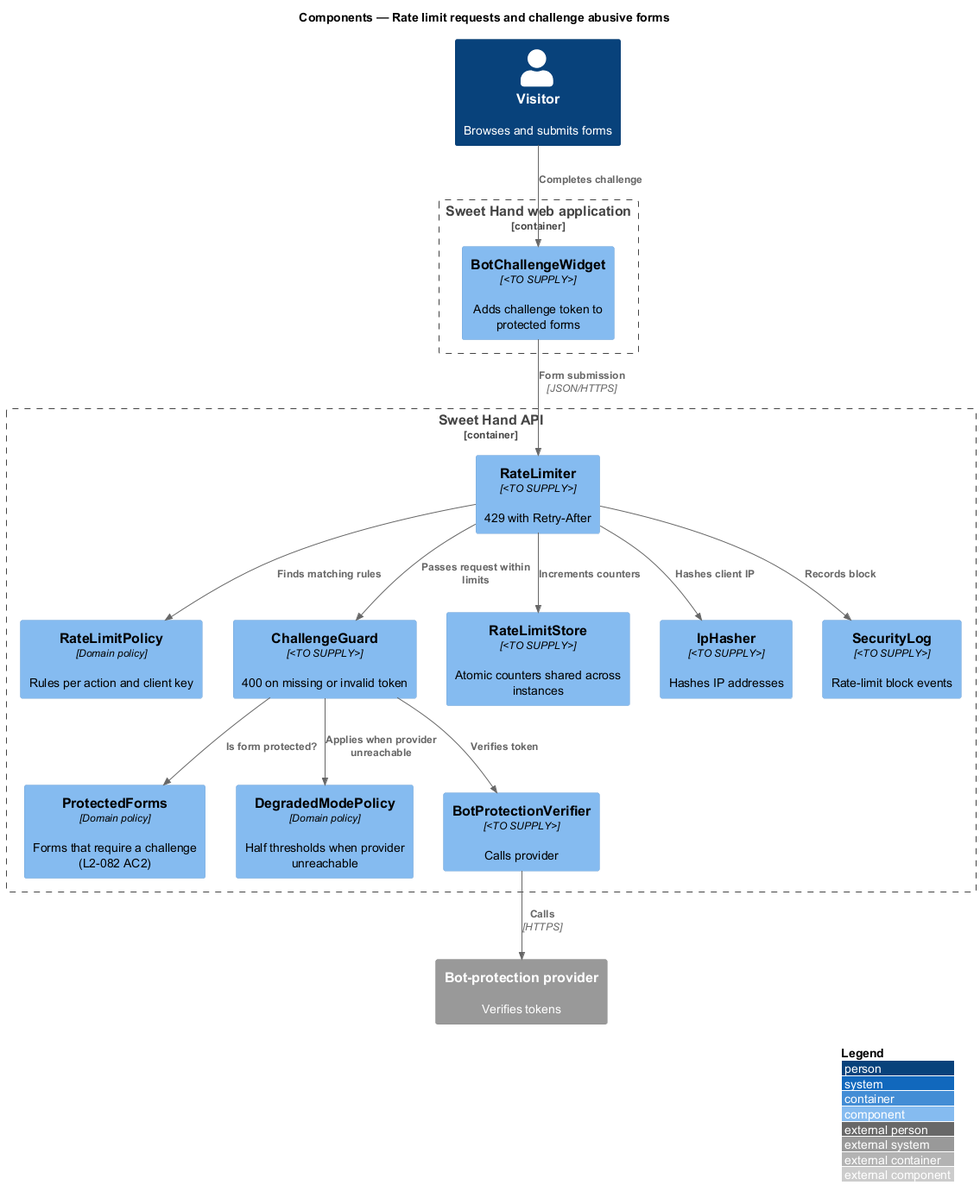
The PlantUML diagram docs/detailed-designs/identity-and-security/rate-limit-and-challenge/diagrams/c4-component.png in QuinntyneBrown/sweet-hand, before a commit. The source it was exported from:
```plantuml
@startuml
!include <C4/C4_Component>
LAYOUT_WITH_LEGEND()
title Components — Rate limit requests and challenge abusive forms

Person(visitor, "Visitor", "Browses and submits forms")
Container_Boundary(web, "Sweet Hand web application") {
  Component(widget, "BotChallengeWidget", "<TO SUPPLY>", "Adds challenge token to protected forms")
}
Container_Boundary(api, "Sweet Hand API") {
  Component(limiter, "RateLimiter", "<TO SUPPLY>", "429 with Retry-After")
  Component(policy, "RateLimitPolicy", "Domain policy", "Rules per action and client key")
  Component(guard, "ChallengeGuard", "<TO SUPPLY>", "400 on missing or invalid token")
  Component(forms, "ProtectedForms", "Domain policy", "Forms that require a challenge (L2-082 AC2)")
  Component(degraded, "DegradedModePolicy", "Domain policy", "Half thresholds when provider unreachable")
  Component(store, "RateLimitStore", "<TO SUPPLY>", "Atomic counters shared across instances")
  Component(iphash, "IpHasher", "<TO SUPPLY>", "Hashes IP addresses")
  Component(verifier, "BotProtectionVerifier", "<TO SUPPLY>", "Calls provider")
  Component(seclog, "SecurityLog", "<TO SUPPLY>", "Rate-limit block events")
}
System_Ext(bot, "Bot-protection provider", "Verifies tokens")

Rel(visitor, widget, "Completes challenge")
Rel(widget, limiter, "Form submission", "JSON/HTTPS")
Rel(limiter, policy, "Finds matching rules")
Rel(limiter, iphash, "Hashes client IP")
Rel(limiter, store, "Increments counters")
Rel(limiter, seclog, "Records block")
Rel(limiter, guard, "Passes request within limits")
Rel(guard, forms, "Is form protected?")
Rel(guard, verifier, "Verifies token")
Rel(guard, degraded, "Applies when provider unreachable")
Rel(verifier, bot, "Calls", "HTTPS")
@enduml
```
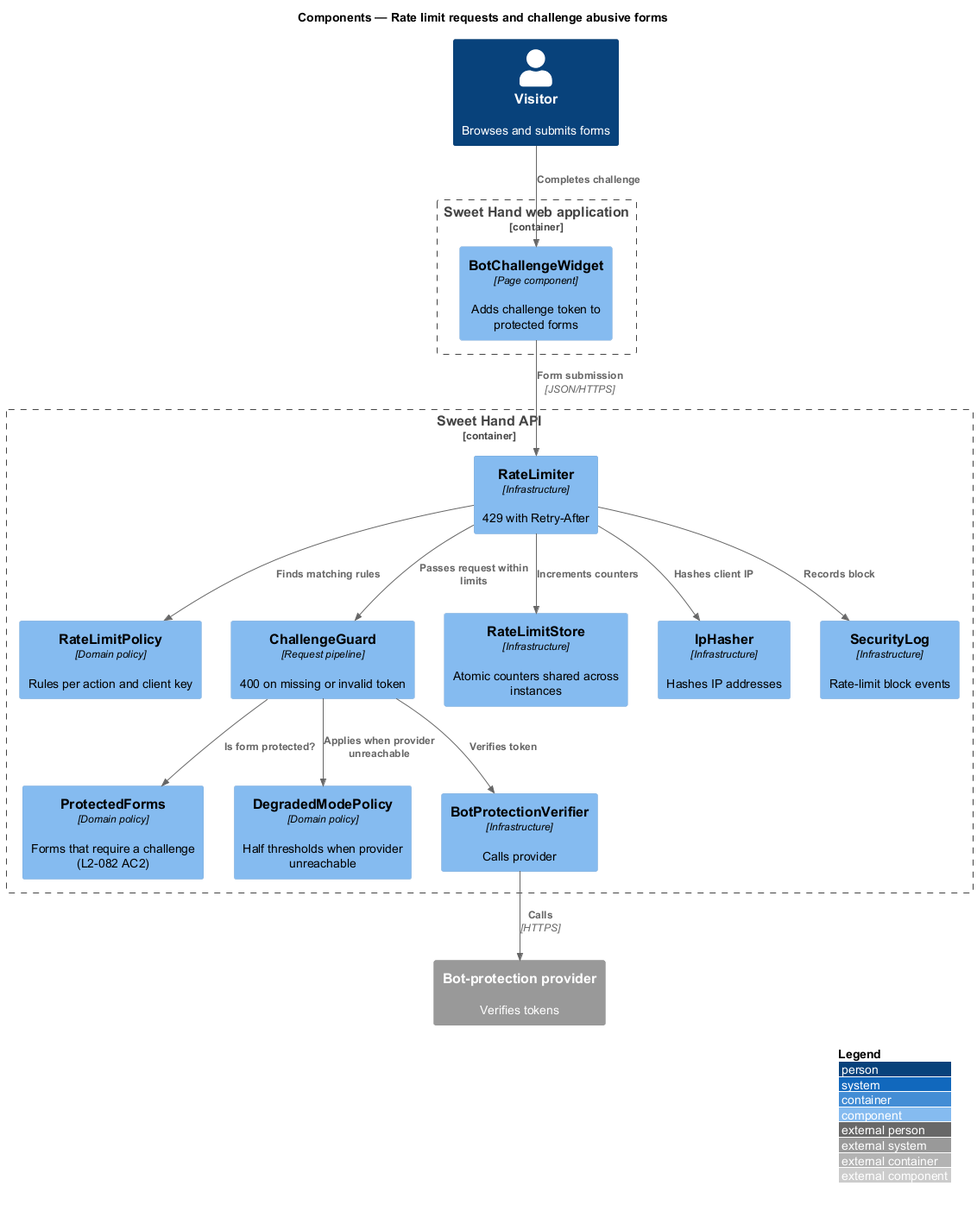
Later version of the same file.

The edit, as a diff of the source:
```diff
@@ -5,18 +5,18 @@
 
 Person(visitor, "Visitor", "Browses and submits forms")
 Container_Boundary(web, "Sweet Hand web application") {
-  Component(widget, "BotChallengeWidget", "<TO SUPPLY>", "Adds challenge token to protected forms")
+  Component(widget, "BotChallengeWidget", "Page component", "Adds challenge token to protected forms")
 }
 Container_Boundary(api, "Sweet Hand API") {
-  Component(limiter, "RateLimiter", "<TO SUPPLY>", "429 with Retry-After")
+  Component(limiter, "RateLimiter", "Infrastructure", "429 with Retry-After")
   Component(policy, "RateLimitPolicy", "Domain policy", "Rules per action and client key")
-  Component(guard, "ChallengeGuard", "<TO SUPPLY>", "400 on missing or invalid token")
+  Component(guard, "ChallengeGuard", "Request pipeline", "400 on missing or invalid token")
   Component(forms, "ProtectedForms", "Domain policy", "Forms that require a challenge (L2-082 AC2)")
   Component(degraded, "DegradedModePolicy", "Domain policy", "Half thresholds when provider unreachable")
-  Component(store, "RateLimitStore", "<TO SUPPLY>", "Atomic counters shared across instances")
-  Component(iphash, "IpHasher", "<TO SUPPLY>", "Hashes IP addresses")
-  Component(verifier, "BotProtectionVerifier", "<TO SUPPLY>", "Calls provider")
-  Component(seclog, "SecurityLog", "<TO SUPPLY>", "Rate-limit block events")
+  Component(store, "RateLimitStore", "Infrastructure", "Atomic counters shared across instances")
+  Component(iphash, "IpHasher", "Infrastructure", "Hashes IP addresses")
+  Component(verifier, "BotProtectionVerifier", "Infrastructure", "Calls provider")
+  Component(seclog, "SecurityLog", "Infrastructure", "Rate-limit block events")
 }
 System_Ext(bot, "Bot-protection provider", "Verifies tokens")
 
```
